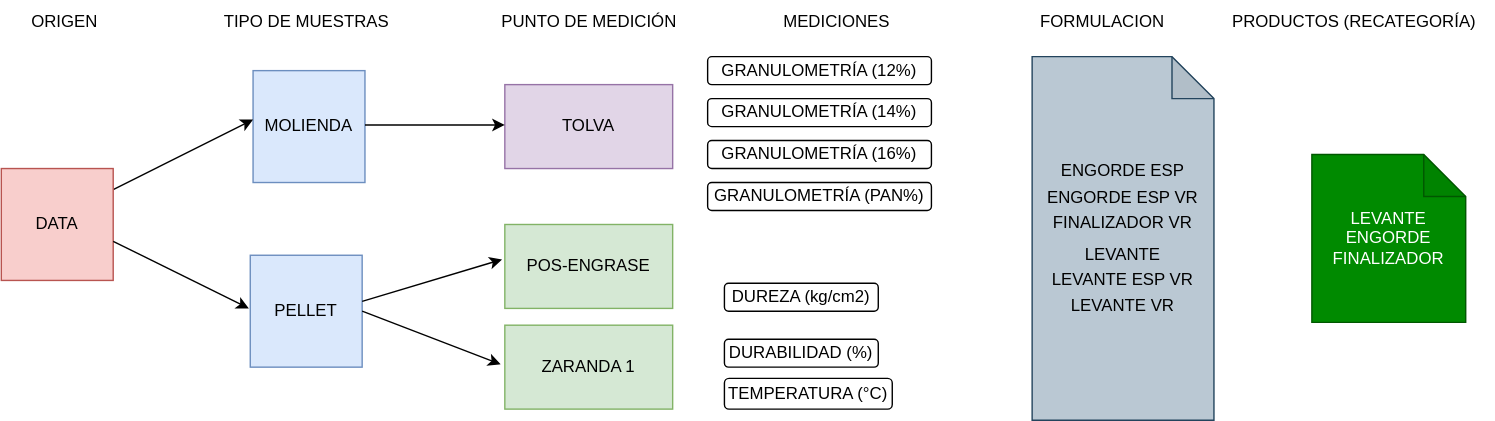
Earlier version of the draw.io export images/diagrama.svg (jdrincone/okuo-flow). Source tidied: cells renumbered, new cells last; positions are measured from the earlier drawing's top-left corner, leaving out a move shared by most shapes. Its diagram source:
```xml
<mxGraphModel>
  <root>
    <mxCell id="0" />
    <mxCell id="1" parent="0" />
    <mxCell id="2" value="MOLIENDA" style="whiteSpace=wrap;html=1;fillColor=#dae8fc;strokeColor=#6c8ebf;" parent="1" vertex="1">
      <mxGeometry x="180" y="50" width="80" height="80" as="geometry" />
    </mxCell>
    <mxCell id="3" style="endArrow=classic;html=1;rounded=0;" parent="1" edge="1">
      <mxGeometry relative="1" as="geometry">
        <mxPoint x="80" y="135" as="sourcePoint" />
        <mxPoint x="180" y="85" as="targetPoint" />
      </mxGeometry>
    </mxCell>
    <mxCell id="4" value="TIPO DE MUESTRAS" style="text;html=1;align=center;verticalAlign=middle;strokeColor=none;fillColor=none;" parent="1" vertex="1">
      <mxGeometry x="148" width="140" height="30" as="geometry" />
    </mxCell>
    <mxCell id="5" value="ORIGEN" style="text;html=1;align=center;verticalAlign=middle;strokeColor=none;fillColor=none;" parent="1" vertex="1">
      <mxGeometry x="10" width="70" height="30" as="geometry" />
    </mxCell>
    <mxCell id="6" value="PUNTO DE MEDICIÓN" style="text;html=1;align=center;verticalAlign=middle;strokeColor=none;fillColor=none;" parent="1" vertex="1">
      <mxGeometry x="345" width="150" height="30" as="geometry" />
    </mxCell>
    <mxCell id="7" value="TOLVA" style="rounded=0;whiteSpace=wrap;html=1;fillColor=#e1d5e7;strokeColor=#9673a6;" parent="1" vertex="1">
      <mxGeometry x="360" y="60" width="120" height="60" as="geometry" />
    </mxCell>
    <mxCell id="8" value="MEDICIONES" style="text;html=1;align=center;verticalAlign=middle;strokeColor=none;fillColor=none;" parent="1" vertex="1">
      <mxGeometry x="547" width="100" height="30" as="geometry" />
    </mxCell>
    <mxCell id="9" value="GRANULOMETRÍA (12%)" style="rounded=1;whiteSpace=wrap;html=1;" parent="1" vertex="1">
      <mxGeometry x="505" y="40" width="160" height="20" as="geometry" />
    </mxCell>
    <mxCell id="10" value="GRANULOMETRÍA (14%)" style="rounded=1;whiteSpace=wrap;html=1;" parent="1" vertex="1">
      <mxGeometry x="505" y="70" width="160" height="20" as="geometry" />
    </mxCell>
    <mxCell id="11" value="GRANULOMETRÍA (16%)" style="rounded=1;whiteSpace=wrap;html=1;" parent="1" vertex="1">
      <mxGeometry x="505" y="100" width="160" height="20" as="geometry" />
    </mxCell>
    <mxCell id="12" value="GRANULOMETRÍA (PAN%)" style="rounded=1;whiteSpace=wrap;html=1;" parent="1" vertex="1">
      <mxGeometry x="505" y="130" width="160" height="20" as="geometry" />
    </mxCell>
    <mxCell id="13" value="PRODUCTOS (RECATEGORÍA)" style="text;html=1;align=center;verticalAlign=middle;strokeColor=none;fillColor=none;" parent="1" vertex="1">
      <mxGeometry x="867" width="200" height="30" as="geometry" />
    </mxCell>
    <mxCell id="14" value="LEVANTE&lt;div&gt;ENGORDE&lt;/div&gt;&lt;div&gt;FINALIZADOR&lt;/div&gt;" style="shape=note;whiteSpace=wrap;html=1;backgroundOutline=1;darkOpacity=0.05;fillColor=#008a00;fontColor=#ffffff;strokeColor=#005700;" parent="1" vertex="1">
      <mxGeometry x="937" y="110" width="110" height="120" as="geometry" />
    </mxCell>
    <mxCell id="15" style="endArrow=classic;html=1;rounded=0;" parent="1" edge="1">
      <mxGeometry relative="1" as="geometry">
        <mxPoint x="260" y="88.8" as="sourcePoint" />
        <mxPoint x="360" y="88.8" as="targetPoint" />
      </mxGeometry>
    </mxCell>
    <mxCell id="16" value="PELLET" style="whiteSpace=wrap;html=1;fillColor=#dae8fc;strokeColor=#6c8ebf;" parent="1" vertex="1">
      <mxGeometry x="178" y="182" width="80" height="80" as="geometry" />
    </mxCell>
    <mxCell id="17" value="POS-ENGRASE" style="rounded=0;whiteSpace=wrap;html=1;fillColor=#d5e8d4;strokeColor=#82b366;" parent="1" vertex="1">
      <mxGeometry x="360" y="160" width="120" height="60" as="geometry" />
    </mxCell>
    <mxCell id="18" value="ZARANDA 1" style="rounded=0;whiteSpace=wrap;html=1;fillColor=#d5e8d4;strokeColor=#82b366;" parent="1" vertex="1">
      <mxGeometry x="360" y="232" width="120" height="60" as="geometry" />
    </mxCell>
    <mxCell id="19" value="DUREZA (kg/cm2)" style="rounded=1;whiteSpace=wrap;html=1;" parent="1" vertex="1">
      <mxGeometry x="517" y="202" width="110" height="20" as="geometry" />
    </mxCell>
    <mxCell id="20" value="DURABILIDAD (%)" style="rounded=1;whiteSpace=wrap;html=1;" parent="1" vertex="1">
      <mxGeometry x="517" y="242" width="110" height="20" as="geometry" />
    </mxCell>
    <mxCell id="21" style="endArrow=classic;html=1;rounded=0;" parent="1" edge="1">
      <mxGeometry relative="1" as="geometry">
        <mxPoint x="258" y="215" as="sourcePoint" />
        <mxPoint x="358" y="185" as="targetPoint" />
      </mxGeometry>
    </mxCell>
    <mxCell id="22" value="DATA" style="whiteSpace=wrap;html=1;fillColor=#f8cecc;strokeColor=#b85450;" parent="1" vertex="1">
      <mxGeometry y="120" width="80" height="80" as="geometry" />
    </mxCell>
    <mxCell id="23" style="endArrow=classic;html=1;rounded=0;" parent="1" edge="1">
      <mxGeometry relative="1" as="geometry">
        <mxPoint x="80" y="172" as="sourcePoint" />
        <mxPoint x="177" y="220" as="targetPoint" />
      </mxGeometry>
    </mxCell>
    <mxCell id="24" style="endArrow=classic;html=1;rounded=0;exitX=1;exitY=0.5;exitDx=0;exitDy=0;" parent="1" edge="1" source="16">
      <mxGeometry relative="1" as="geometry">
        <mxPoint x="357" y="260" as="targetPoint" />
      </mxGeometry>
    </mxCell>
    <mxCell id="25" value="FORMULACION" style="text;html=1;align=center;verticalAlign=middle;strokeColor=none;fillColor=none;" parent="1" vertex="1">
      <mxGeometry x="732" width="110" height="30" as="geometry" />
    </mxCell>
    <mxCell id="26" value="&lt;table&gt;&lt;tbody&gt;&lt;tr&gt;&lt;td&gt;ENGORDE ESP&lt;/td&gt;&lt;/tr&gt;&lt;tr&gt;&lt;td&gt;ENGORDE ESP VR&lt;/td&gt;&lt;/tr&gt;&lt;tr&gt;&lt;td&gt;FINALIZADOR VR&lt;/td&gt;&lt;/tr&gt;&lt;tr&gt;&lt;td&gt;&lt;/td&gt;&lt;/tr&gt;&lt;tr&gt;&lt;td&gt;LEVANTE&lt;/td&gt;&lt;/tr&gt;&lt;tr&gt;&lt;td&gt;LEVANTE ESP VR&lt;/td&gt;&lt;/tr&gt;&lt;tr&gt;&lt;td&gt;LEVANTE VR&lt;/td&gt;&lt;/tr&gt;&lt;/tbody&gt;&lt;/table&gt;" style="shape=note;whiteSpace=wrap;html=1;backgroundOutline=1;darkOpacity=0.05;fillColor=#bac8d3;strokeColor=#23445d;" parent="1" vertex="1">
      <mxGeometry x="737" y="40" width="130" height="260" as="geometry" />
    </mxCell>
    <mxCell id="27" value="TEMPERATURA (°C)" style="rounded=1;whiteSpace=wrap;html=1;" parent="1" vertex="1">
      <mxGeometry x="517" y="270" width="120" height="22" as="geometry" />
    </mxCell>
  </root>
</mxGraphModel>
```
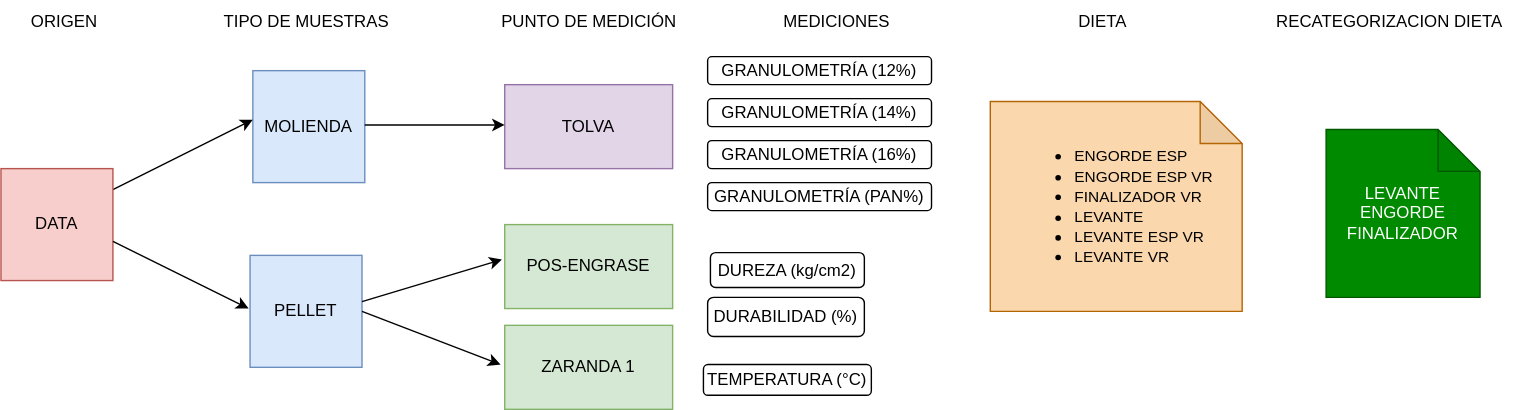
Later version of the same file.

What changed in the source:
```diff
@@ -38,11 +38,11 @@
     <mxCell id="12" value="GRANULOMETRÍA (PAN%)" style="rounded=1;whiteSpace=wrap;html=1;" parent="1" vertex="1">
       <mxGeometry x="505" y="130" width="160" height="20" as="geometry" />
     </mxCell>
-    <mxCell id="13" value="PRODUCTOS (RECATEGORÍA)" style="text;html=1;align=center;verticalAlign=middle;strokeColor=none;fillColor=none;" parent="1" vertex="1">
-      <mxGeometry x="867" width="200" height="30" as="geometry" />
+    <mxCell id="13" value="RECATEGORIZACION DIETA" style="text;html=1;align=center;verticalAlign=middle;strokeColor=none;fillColor=none;" parent="1" vertex="1">
+      <mxGeometry x="897" width="190" height="30" as="geometry" />
     </mxCell>
     <mxCell id="14" value="LEVANTE&lt;div&gt;ENGORDE&lt;/div&gt;&lt;div&gt;FINALIZADOR&lt;/div&gt;" style="shape=note;whiteSpace=wrap;html=1;backgroundOutline=1;darkOpacity=0.05;fillColor=#008a00;fontColor=#ffffff;strokeColor=#005700;" parent="1" vertex="1">
-      <mxGeometry x="937" y="110" width="110" height="120" as="geometry" />
+      <mxGeometry x="947" y="92" width="110" height="120" as="geometry" />
     </mxCell>
     <mxCell id="15" style="endArrow=classic;html=1;rounded=0;" parent="1" edge="1">
       <mxGeometry relative="1" as="geometry">
@@ -60,10 +60,10 @@
       <mxGeometry x="360" y="232" width="120" height="60" as="geometry" />
     </mxCell>
     <mxCell id="19" value="DUREZA (kg/cm2)" style="rounded=1;whiteSpace=wrap;html=1;" parent="1" vertex="1">
-      <mxGeometry x="517" y="202" width="110" height="20" as="geometry" />
+      <mxGeometry x="507" y="180" width="110" height="25" as="geometry" />
     </mxCell>
     <mxCell id="20" value="DURABILIDAD (%)" style="rounded=1;whiteSpace=wrap;html=1;" parent="1" vertex="1">
-      <mxGeometry x="517" y="242" width="110" height="20" as="geometry" />
+      <mxGeometry x="505" y="212" width="112" height="28" as="geometry" />
     </mxCell>
     <mxCell id="21" style="endArrow=classic;html=1;rounded=0;" parent="1" edge="1">
       <mxGeometry relative="1" as="geometry">
@@ -85,14 +85,17 @@
         <mxPoint x="357" y="260" as="targetPoint" />
       </mxGeometry>
     </mxCell>
-    <mxCell id="25" value="FORMULACION" style="text;html=1;align=center;verticalAlign=middle;strokeColor=none;fillColor=none;" parent="1" vertex="1">
-      <mxGeometry x="732" width="110" height="30" as="geometry" />
+    <mxCell id="25" value="DIETA" style="text;html=1;align=center;verticalAlign=middle;strokeColor=none;fillColor=none;" parent="1" vertex="1">
+      <mxGeometry x="757" width="60" height="30" as="geometry" />
     </mxCell>
+    <mxCell id="27" value="TEMPERATURA (°C)" style="rounded=1;whiteSpace=wrap;html=1;" parent="1" vertex="1">
+      <mxGeometry x="502" y="260" width="120" height="22" as="geometry" />
+    </mxCell>
-    <mxCell id="26" value="&lt;table&gt;&lt;tbody&gt;&lt;tr&gt;&lt;td&gt;ENGORDE ESP&lt;/td&gt;&lt;/tr&gt;&lt;tr&gt;&lt;td&gt;ENGORDE ESP VR&lt;/td&gt;&lt;/tr&gt;&lt;tr&gt;&lt;td&gt;FINALIZADOR VR&lt;/td&gt;&lt;/tr&gt;&lt;tr&gt;&lt;td&gt;&lt;/td&gt;&lt;/tr&gt;&lt;tr&gt;&lt;td&gt;LEVANTE&lt;/td&gt;&lt;/tr&gt;&lt;tr&gt;&lt;td&gt;LEVANTE ESP VR&lt;/td&gt;&lt;/tr&gt;&lt;tr&gt;&lt;td&gt;LEVANTE VR&lt;/td&gt;&lt;/tr&gt;&lt;/tbody&gt;&lt;/table&gt;" style="shape=note;whiteSpace=wrap;html=1;backgroundOutline=1;darkOpacity=0.05;fillColor=#bac8d3;strokeColor=#23445d;" parent="1" vertex="1">
-      <mxGeometry x="737" y="40" width="130" height="260" as="geometry" />
+    <mxCell id="26" value="&lt;table style=&quot;text-align: left;&quot;&gt;&lt;tbody&gt;&lt;tr&gt;&lt;td&gt;&lt;ul&gt;&lt;li&gt;&lt;font style=&quot;font-size: 11px;&quot;&gt;ENGORDE ESP&lt;/font&gt;&lt;/li&gt;&lt;li&gt;&lt;font style=&quot;font-size: 11px;&quot;&gt;ENGORDE ESP VR&lt;/font&gt;&lt;/li&gt;&lt;li&gt;&lt;font style=&quot;font-size: 11px;&quot;&gt;FINALIZADOR VR&lt;/font&gt;&lt;/li&gt;&lt;li&gt;&lt;font style=&quot;font-size: 11px;&quot;&gt;LEVANTE&lt;/font&gt;&lt;/li&gt;&lt;li&gt;&lt;font style=&quot;font-size: 11px;&quot;&gt;LEVANTE ESP VR&lt;/font&gt;&lt;/li&gt;&lt;li&gt;&lt;font style=&quot;font-size: 11px;&quot;&gt;LEVANTE VR&lt;/font&gt;&lt;/li&gt;&lt;/ul&gt;&lt;/td&gt;&lt;/tr&gt;&lt;/tbody&gt;&lt;/table&gt;" style="shape=note;whiteSpace=wrap;html=1;backgroundOutline=1;darkOpacity=0.05;fillColor=#fad7ac;strokeColor=#b46504;" parent="1" vertex="1">
+      <mxGeometry x="707" y="72" width="180" height="150" as="geometry" />
     </mxCell>
-    <mxCell id="27" value="TEMPERATURA (°C)" style="rounded=1;whiteSpace=wrap;html=1;" parent="1" vertex="1">
-      <mxGeometry x="517" y="270" width="120" height="22" as="geometry" />
-    </mxCell>
+    <mxCell id="28" style="edgeStyle=orthogonalEdgeStyle;rounded=0;orthogonalLoop=1;jettySize=auto;html=1;exitX=0.5;exitY=1;exitDx=0;exitDy=0;" parent="1" edge="1" source="27" target="27">
+      <mxGeometry relative="1" as="geometry" />
+    </mxCell>
   </root>
 </mxGraphModel>
```
